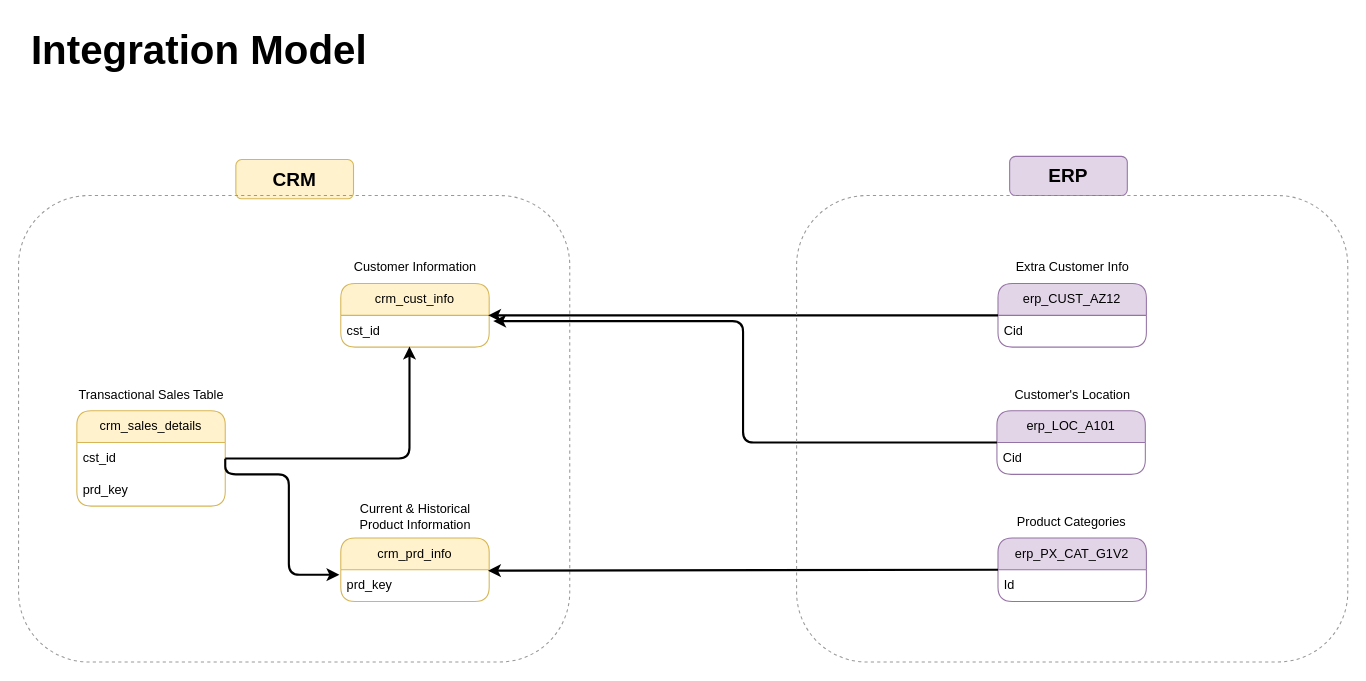
This is Docs/Integration_Model.drawio from maariammohsen/DataWarehouse-Project, a draw.io file, before an edit. Source tidied: cells renumbered, new cells numbered last; positions are measured from the earlier drawing's top-left corner, leaving out a move shared by most shapes. Both pictures are drawn from the tidied source at 106%, with x=0, y=0 at pixel (18, 18).
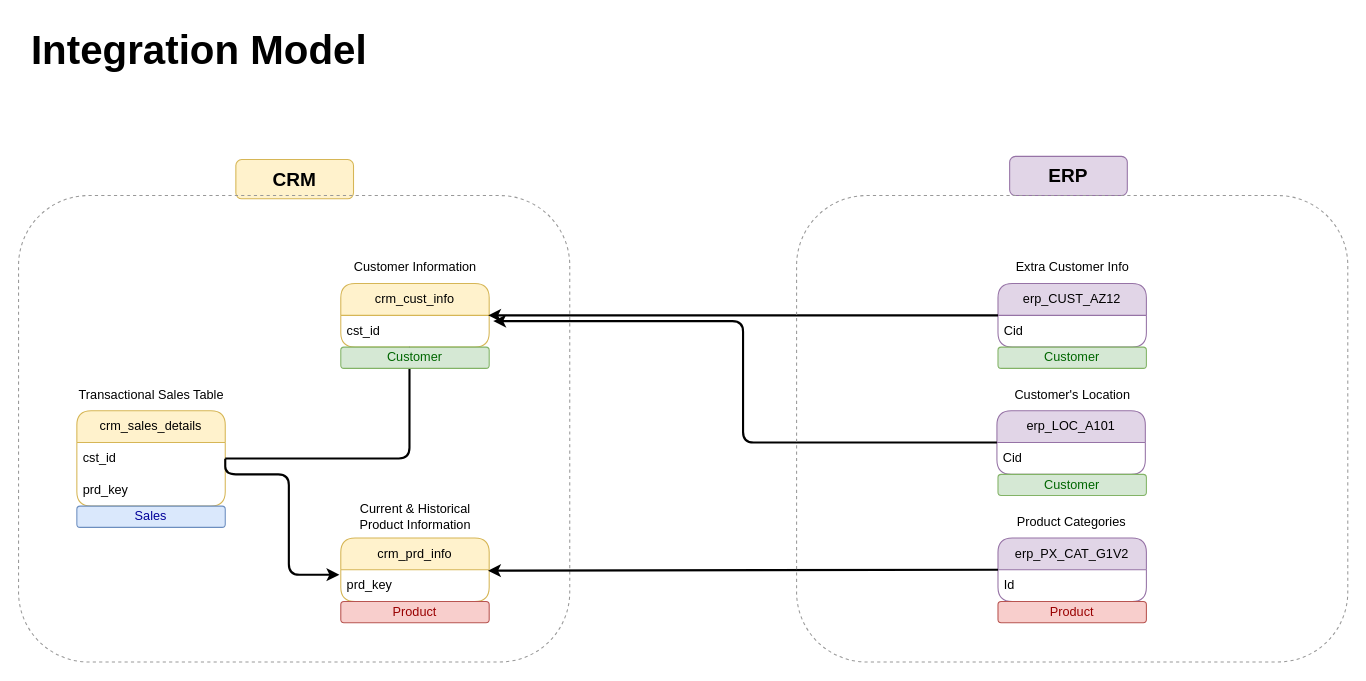
After the change.

Commit message:
Integration Model Updated✅

The edit, as a diff of the source:
```diff
@@
+    <mxCell id="31" value="&lt;font style=&quot;color: rgb(0, 0, 153);&quot;&gt;Sales&lt;/font&gt;" style="rounded=1;whiteSpace=wrap;html=1;fillColor=#dae8fc;strokeColor=#6c8ebf;" parent="1" vertex="1">
+      <mxGeometry x="55" y="460" width="140" height="20" as="geometry" />
+    </mxCell>
+    <mxCell id="32" value="&lt;font style=&quot;color: rgb(0, 102, 0);&quot;&gt;Customer&lt;/font&gt;" style="rounded=1;whiteSpace=wrap;html=1;fillColor=#d5e8d4;strokeColor=#82b366;" parent="1" vertex="1">
+      <mxGeometry x="924" y="310" width="140" height="20" as="geometry" />
+    </mxCell>
+    <mxCell id="33" value="&lt;font style=&quot;color: rgb(0, 102, 0);&quot;&gt;Customer&lt;/font&gt;" style="rounded=1;whiteSpace=wrap;html=1;fillColor=#d5e8d4;strokeColor=#82b366;" parent="1" vertex="1">
+      <mxGeometry x="304" y="310" width="140" height="20" as="geometry" />
+    </mxCell>
+    <mxCell id="34" value="&lt;font style=&quot;color: rgb(153, 0, 0);&quot;&gt;Product&lt;/font&gt;" style="rounded=1;whiteSpace=wrap;html=1;fillColor=#f8cecc;strokeColor=#b85450;" parent="1" vertex="1">
+      <mxGeometry x="304" y="550" width="140" height="20" as="geometry" />
+    </mxCell>
+    <mxCell id="35" value="&lt;font style=&quot;color: rgb(153, 0, 0);&quot;&gt;Product&lt;/font&gt;" style="rounded=1;whiteSpace=wrap;html=1;fillColor=#f8cecc;strokeColor=#b85450;" parent="1" vertex="1">
+      <mxGeometry x="924" y="550" width="140" height="20" as="geometry" />
+    </mxCell>
+    <mxCell id="36" value="&lt;font style=&quot;color: rgb(0, 102, 0);&quot;&gt;Customer&lt;/font&gt;" style="rounded=1;whiteSpace=wrap;html=1;fillColor=#d5e8d4;strokeColor=#82b366;" parent="1" vertex="1">
+      <mxGeometry x="924" y="430" width="140" height="20" as="geometry" />
+    </mxCell>
```
